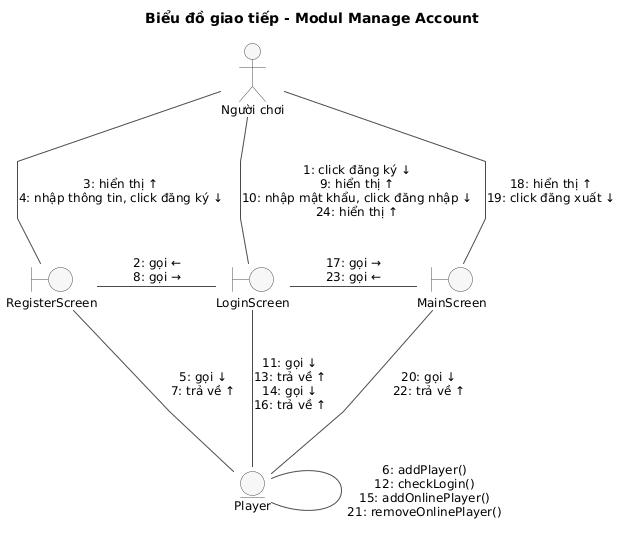
Above: docs/uml/pha2/comm-m4.png in VattenL/mobile-pikachu (PlantUML), before the change.
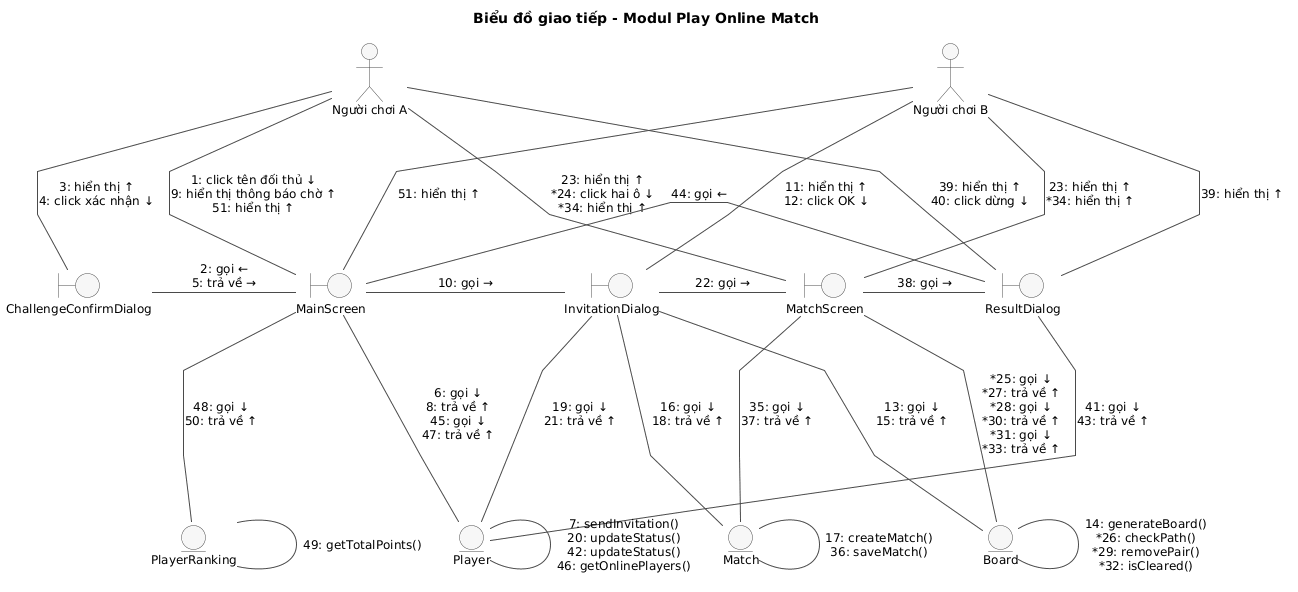
The same diagram one commit later.

Change to the diagram source:
```diff
@@ -1,10 +1,10 @@
 @startuml
-title Biểu đồ giao tiếp - Modul Manage Account
+title Biểu đồ giao tiếp - Modul Play Online Match
 
 skinparam shadowing false
 skinparam linetype polyline
-skinparam nodesep 70
-skinparam ranksep 90
+skinparam nodesep 60
+skinparam ranksep 110
 skinparam defaultFontSize 12
 skinparam ArrowColor #4A4A4A
 skinparam actor {
@@ -20,21 +20,46 @@
   BorderColor #4A4A4A
 }
 
-actor "Người chơi" as Actor
+actor "Người chơi B" as B
+actor "Người chơi A" as A
 
-boundary RegisterScreen
-boundary LoginScreen
+boundary ChallengeConfirmDialog
 boundary MainScreen
+boundary InvitationDialog
+boundary MatchScreen
+boundary ResultDialog
 
 entity Player
+entity PlayerRanking
+entity Match
+entity Board
 
-Actor -down- LoginScreen : "1: click đăng ký ↓\n9: hiển thị ↑\n10: nhập mật khẩu, click đăng nhập ↓\n24: hiển thị ↑"
-Actor -down- RegisterScreen : "3: hiển thị ↑\n4: nhập thông tin, click đăng ký ↓"
-Actor -down- MainScreen : "18: hiển thị ↑\n19: click đăng xuất ↓"
-RegisterScreen -right- LoginScreen : "2: gọi ←\n8: gọi →"
-LoginScreen -right- MainScreen : "17: gọi →\n23: gọi ←"
-RegisterScreen -down- Player : "5: gọi ↓\n7: trả về ↑"
-LoginScreen -down- Player : "11: gọi ↓\n13: trả về ↑\n14: gọi ↓\n16: trả về ↑"
-MainScreen -down- Player : "20: gọi ↓\n22: trả về ↑"
-Player -right- Player : "6: addPlayer()\n12: checkLogin()\n15: addOnlinePlayer()\n21: removeOnlinePlayer()"
+A -down- MainScreen : "1: click tên đối thủ ↓\n9: hiển thị thông báo chờ ↑\n51: hiển thị ↑"
+A -down- ChallengeConfirmDialog : "3: hiển thị ↑\n4: click xác nhận ↓"
+B -down- MainScreen : "51: hiển thị ↑"
+B -down- InvitationDialog : "11: hiển thị ↑\n12: click OK ↓"
+A -down- MatchScreen : "23: hiển thị ↑\n<U+002A>24: click hai ô ↓\n<U+002A>34: hiển thị ↑"
+B -down- MatchScreen : "23: hiển thị ↑\n<U+002A>34: hiển thị ↑"
+A -down- ResultDialog : "39: hiển thị ↑\n40: click dừng ↓"
+B -down- ResultDialog : "39: hiển thị ↑"
+
+ChallengeConfirmDialog -right- MainScreen : "2: gọi ←\n5: trả về →"
+MainScreen -right- InvitationDialog : "10: gọi →"
+InvitationDialog -right- MatchScreen : "22: gọi →"
+MatchScreen -right- ResultDialog : "38: gọi →"
+ResultDialog -[norank]- MainScreen : "44: gọi ←"
+
+MainScreen -down- Player : "6: gọi ↓\n8: trả về ↑\n45: gọi ↓\n47: trả về ↑"
+MainScreen -down- PlayerRanking : "48: gọi ↓\n50: trả về ↑"
+InvitationDialog -down- Board : "13: gọi ↓\n15: trả về ↑"
+InvitationDialog -down- Match : "16: gọi ↓\n18: trả về ↑"
+InvitationDialog -down- Player : "19: gọi ↓\n21: trả về ↑"
+MatchScreen -down- Board : "<U+002A>25: gọi ↓\n<U+002A>27: trả về ↑\n<U+002A>28: gọi ↓\n<U+002A>30: trả về ↑\n<U+002A>31: gọi ↓\n<U+002A>33: trả về ↑"
+MatchScreen -down- Match : "35: gọi ↓\n37: trả về ↑"
+ResultDialog -down- Player : "41: gọi ↓\n43: trả về ↑"
+
+Player -[norank]- Player : "7: sendInvitation()\n20: updateStatus()\n42: updateStatus()\n46: getOnlinePlayers()"
+PlayerRanking -[norank]- PlayerRanking : "49: getTotalPoints()"
+Match -[norank]- Match : "17: createMatch()\n36: saveMatch()"
+Board -[norank]- Board : "14: generateBoard()\n<U+002A>26: checkPath()\n<U+002A>29: removePair()\n<U+002A>32: isCleared()"
 @enduml
```
